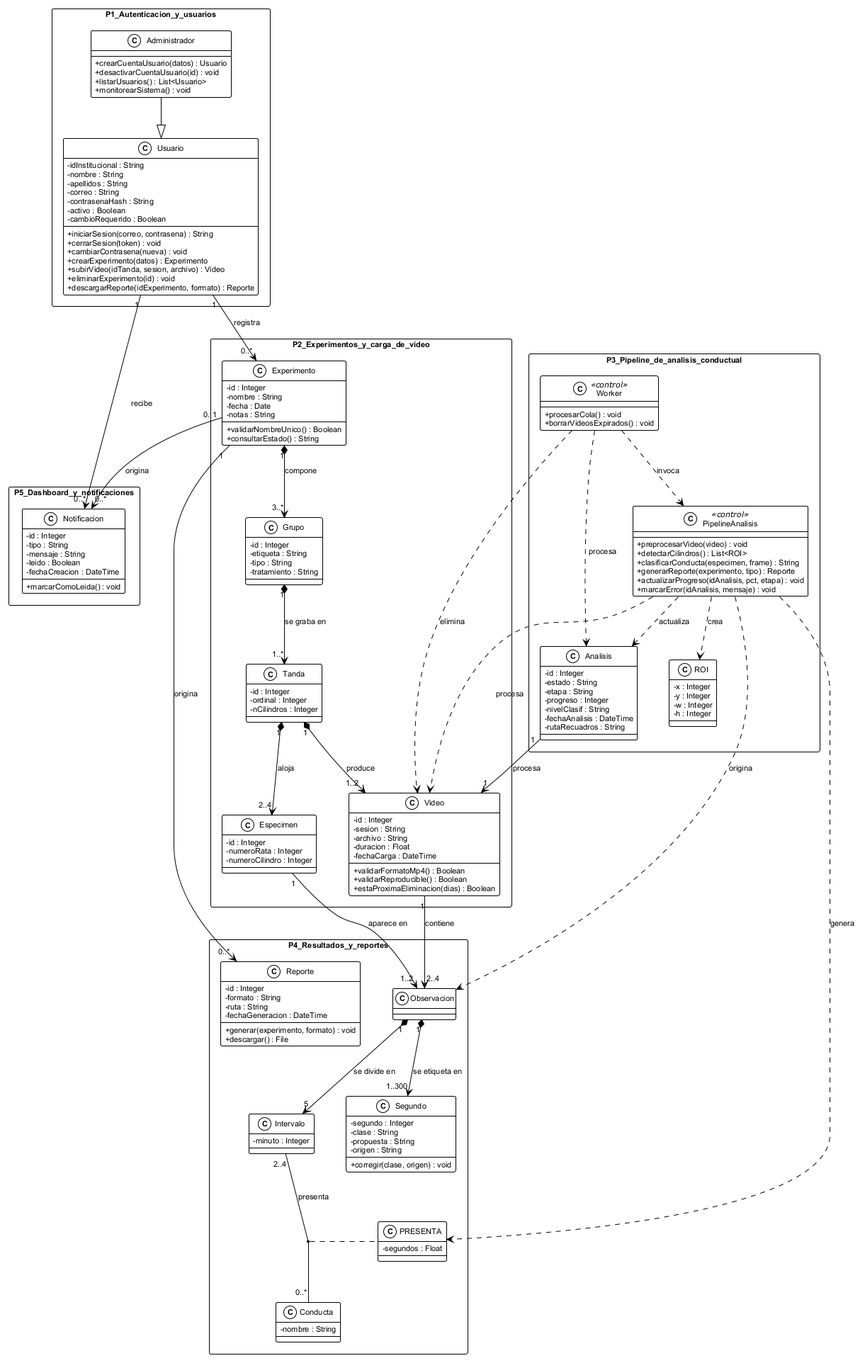
This is diagramas/clases.png from ErickJester/fst-ai-system-latex, a PlantUML export, as it was before one commit.
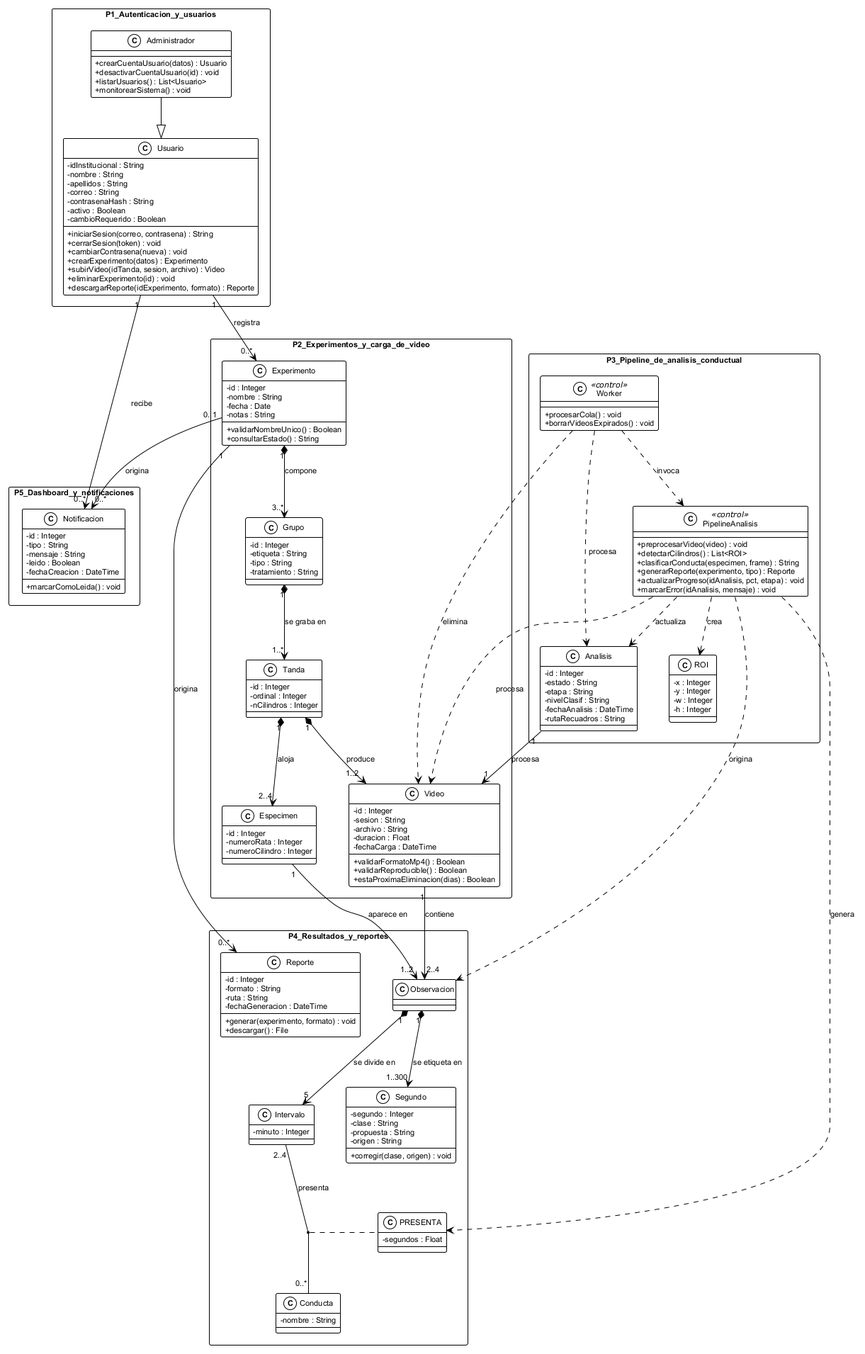
Later version of the same file.

Diff of the diagram source:
```diff
@@ -105,7 +105,6 @@
     -id : Integer
     -estado : String
     -etapa : String
-    -progreso : Integer
     -nivelClasif : String
     -fechaAnalisis : DateTime
     -rutaRecuadros : String
```
